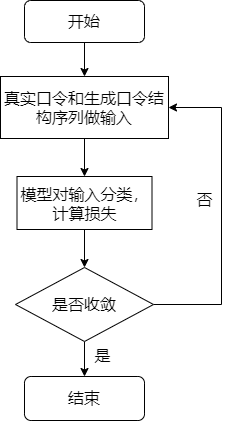
Above: seqgan-dis.drawio.png in lakomi/pictures (draw.io), before the change. Source tidied: cells renumbered, new cells last; positions are measured from the earlier drawing's top-left corner, leaving out a move shared by most shapes.
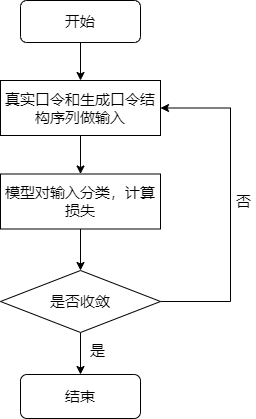
The same diagram one commit later.

Change to the diagram source:
```diff
@@ -2,46 +2,46 @@
   <root>
     <mxCell id="0" />
     <mxCell id="1" parent="0" />
-    <mxCell id="2" style="edgeStyle=orthogonalEdgeStyle;rounded=0;jettySize=auto;html=1;exitX=0.5;exitY=1;exitDx=0;exitDy=0;fontSize=16;strokeWidth=1;" parent="1" edge="1" source="3" target="5">
+    <mxCell id="2" style="edgeStyle=orthogonalEdgeStyle;rounded=0;jettySize=auto;html=1;exitX=0.5;exitY=1;exitDx=0;exitDy=0;fontSize=15;strokeWidth=1;" parent="1" edge="1" source="3" target="5">
       <mxGeometry relative="1" as="geometry" />
     </mxCell>
-    <mxCell id="3" value="真实口令和生成口令结构序列做输入" style="rounded=0;whiteSpace=wrap;html=1;fontSize=16;strokeWidth=1;" parent="1" vertex="1">
-      <mxGeometry y="76" width="168" height="62" as="geometry" />
+    <mxCell id="3" value="真实口令和生成口令结构序列做输入" style="rounded=0;whiteSpace=wrap;html=1;fontSize=15;strokeWidth=1;" parent="1" vertex="1">
+      <mxGeometry y="80" width="160" height="55" as="geometry" />
     </mxCell>
-    <mxCell id="4" style="edgeStyle=orthogonalEdgeStyle;rounded=0;jettySize=auto;html=1;exitX=0.5;exitY=1;exitDx=0;exitDy=0;entryX=0.5;entryY=0;entryDx=0;entryDy=0;entryPerimeter=0;fontSize=16;strokeWidth=1;" parent="1" edge="1" source="5" target="10">
+    <mxCell id="4" style="edgeStyle=orthogonalEdgeStyle;rounded=0;jettySize=auto;html=1;exitX=0.5;exitY=1;exitDx=0;exitDy=0;entryX=0.5;entryY=0;entryDx=0;entryDy=0;entryPerimeter=0;fontSize=15;strokeWidth=1;" parent="1" edge="1" source="5" target="10">
       <mxGeometry relative="1" as="geometry" />
     </mxCell>
-    <mxCell id="5" value="模型对输入分类，计算损失" style="rounded=0;whiteSpace=wrap;html=1;fontSize=16;strokeWidth=1;" parent="1" vertex="1">
-      <mxGeometry x="16.5" y="176" width="135" height="53" as="geometry" />
+    <mxCell id="5" value="模型对输入分类，计算损失" style="rounded=0;whiteSpace=wrap;html=1;fontSize=15;strokeWidth=1;" parent="1" vertex="1">
+      <mxGeometry y="173.5" width="160" height="55" as="geometry" />
     </mxCell>
-    <mxCell id="6" style="edgeStyle=orthogonalEdgeStyle;rounded=0;jettySize=auto;html=1;exitX=0.5;exitY=1;exitDx=0;exitDy=0;fontSize=16;strokeWidth=1;" parent="1" edge="1" source="7" target="3">
+    <mxCell id="6" style="edgeStyle=orthogonalEdgeStyle;rounded=0;jettySize=auto;html=1;exitX=0.5;exitY=1;exitDx=0;exitDy=0;fontSize=15;strokeWidth=1;" parent="1" edge="1" source="7" target="3">
       <mxGeometry relative="1" as="geometry" />
     </mxCell>
-    <mxCell id="7" value="开始" style="rounded=1;whiteSpace=wrap;html=1;fontSize=16;strokeWidth=1;" parent="1" vertex="1">
-      <mxGeometry x="24" width="120" height="42" as="geometry" />
+    <mxCell id="7" value="开始" style="rounded=1;whiteSpace=wrap;html=1;fontSize=15;strokeWidth=1;" parent="1" vertex="1">
+      <mxGeometry x="20" width="120" height="42" as="geometry" />
     </mxCell>
+    <mxCell id="9" style="edgeStyle=orthogonalEdgeStyle;rounded=0;jettySize=auto;html=1;exitX=0.5;exitY=1;exitDx=0;exitDy=0;exitPerimeter=0;strokeWidth=1;fontSize=15;" parent="1" edge="1" source="10" target="13">
+      <mxGeometry relative="1" as="geometry" />
+    </mxCell>
-    <mxCell id="8" style="edgeStyle=orthogonalEdgeStyle;rounded=0;jettySize=auto;html=1;exitX=1;exitY=0.5;exitDx=0;exitDy=0;exitPerimeter=0;entryX=1;entryY=0.5;entryDx=0;entryDy=0;fontSize=16;strokeWidth=1;" parent="1" edge="1" source="10" target="3">
+    <mxCell id="8" style="edgeStyle=orthogonalEdgeStyle;rounded=0;jettySize=auto;html=1;exitX=1;exitY=0.5;exitDx=0;exitDy=0;exitPerimeter=0;entryX=1;entryY=0.5;entryDx=0;entryDy=0;fontSize=15;" parent="1" edge="1" source="10" target="3">
       <mxGeometry relative="1" as="geometry">
         <Array as="points">
-          <mxPoint x="221" y="304" />
-          <mxPoint x="221" y="107" />
+          <mxPoint x="230" y="301" />
+          <mxPoint x="230" y="108" />
         </Array>
       </mxGeometry>
     </mxCell>
-    <mxCell id="9" style="edgeStyle=orthogonalEdgeStyle;rounded=0;jettySize=auto;html=1;exitX=0.5;exitY=1;exitDx=0;exitDy=0;exitPerimeter=0;strokeWidth=1;" parent="1" edge="1" source="10" target="13">
-      <mxGeometry relative="1" as="geometry" />
-    </mxCell>
-    <mxCell id="10" value="是否收敛" style="strokeWidth=1;html=1;shape=mxgraph.flowchart.decision;whiteSpace=wrap;fontSize=16;" parent="1" vertex="1">
-      <mxGeometry x="15" y="267" width="138" height="74" as="geometry" />
+    <mxCell id="10" value="是否收敛" style="strokeWidth=1;html=1;shape=mxgraph.flowchart.decision;whiteSpace=wrap;fontSize=15;" parent="1" vertex="1">
+      <mxGeometry y="270" width="160" height="62" as="geometry" />
     </mxCell>
-    <mxCell id="11" value="是" style="text;html=1;align=center;verticalAlign=middle;strokeColor=none;fillColor=none;fontSize=16;strokeWidth=1;" parent="1" vertex="1">
-      <mxGeometry x="89" y="343" width="26" height="23" as="geometry" />
+    <mxCell id="11" value="是" style="text;html=1;align=center;verticalAlign=middle;strokeColor=none;fillColor=none;fontSize=15;strokeWidth=1;" parent="1" vertex="1">
+      <mxGeometry x="84" y="339" width="25" height="22" as="geometry" />
     </mxCell>
+    <mxCell id="13" value="结束" style="rounded=1;whiteSpace=wrap;html=1;fontSize=15;strokeWidth=1;" parent="1" vertex="1">
+      <mxGeometry x="20" y="374" width="120" height="44" as="geometry" />
+    </mxCell>
-    <mxCell id="12" value="否" style="text;html=1;align=center;verticalAlign=middle;strokeColor=none;fillColor=none;fontSize=16;strokeWidth=1;" parent="1" vertex="1">
-      <mxGeometry x="191" y="187" width="26" height="23" as="geometry" />
+    <mxCell id="12" value="否" style="text;html=1;align=center;verticalAlign=middle;strokeColor=none;fillColor=none;fontSize=15;strokeWidth=1;" parent="1" vertex="1">
+      <mxGeometry x="230" y="190" width="25" height="22" as="geometry" />
     </mxCell>
-    <mxCell id="13" value="结束" style="rounded=1;whiteSpace=wrap;html=1;fontSize=16;strokeWidth=1;" parent="1" vertex="1">
-      <mxGeometry x="24" y="376" width="120" height="44" as="geometry" />
-    </mxCell>
   </root>
 </mxGraphModel>
```
